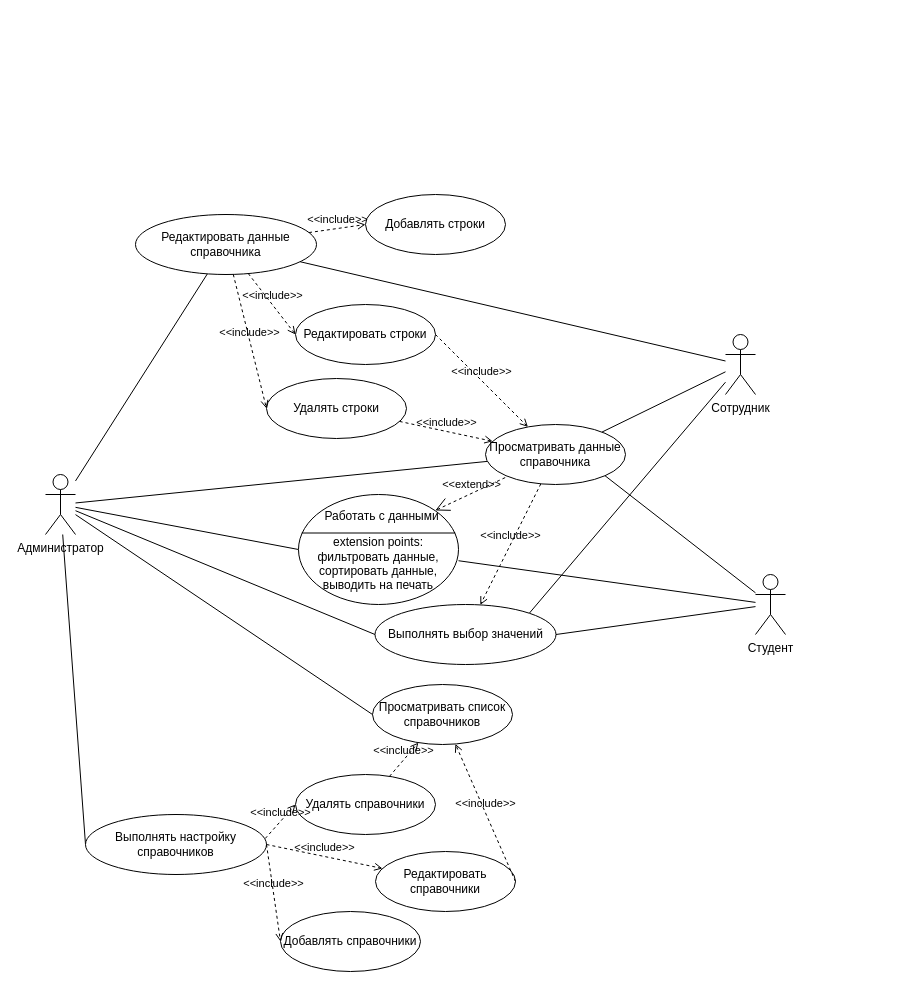
Earlier version of the draw.io diagram module_3/UCD.drawio (SheinEA/gb_architect). Source tidied: cells renumbered, new cells numbered last; positions are measured from the earlier drawing's top-left corner, leaving out a move shared by most shapes. Both pictures are drawn from the tidied source at 100%, with x=0, y=0 at pixel (45, 194).
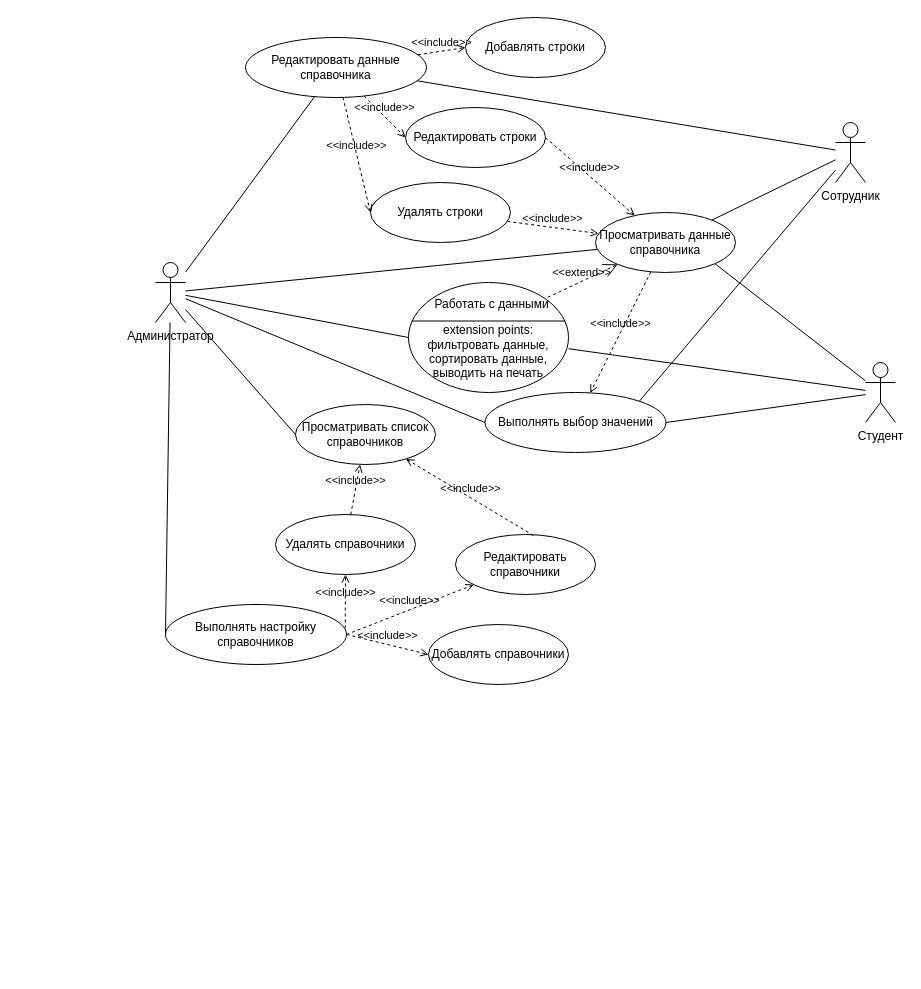
After the change.

What changed in the source:
```diff
@@
     <mxCell id="7" value="Администратор" style="shape=umlActor;verticalLabelPosition=bottom;verticalAlign=top;html=1;" parent="1" vertex="1">
-      <mxGeometry y="280" width="30" height="60" as="geometry" />
+      <mxGeometry x="110" y="68" width="30" height="60" as="geometry" />
     </mxCell>
@@
     <mxCell id="9" value="Просматривать данные справочника" style="ellipse;whiteSpace=wrap;html=1;" parent="1" vertex="1">
-      <mxGeometry x="440" y="230" width="140" height="60" as="geometry" />
+      <mxGeometry x="550" y="18" width="140" height="60" as="geometry" />
     </mxCell>
@@
     <mxCell id="11" value="Редактировать данные справочника" style="ellipse;whiteSpace=wrap;html=1;" parent="1" vertex="1">
-      <mxGeometry x="90" y="20" width="181" height="60" as="geometry" />
+      <mxGeometry x="200" y="-157" width="181" height="60" as="geometry" />
     </mxCell>
@@
     <mxCell id="13" value="Выполнять выбор значений" style="ellipse;whiteSpace=wrap;html=1;" parent="1" vertex="1">
-      <mxGeometry x="329.5" y="410" width="181" height="60" as="geometry" />
+      <mxGeometry x="439.5" y="198" width="181" height="60" as="geometry" />
     </mxCell>
     <mxCell id="14" value="Выполнять настройку справочников" style="ellipse;whiteSpace=wrap;html=1;" parent="1" vertex="1">
-      <mxGeometry x="40" y="620" width="181" height="60" as="geometry" />
+      <mxGeometry x="120" y="410" width="181" height="60" as="geometry" />
     </mxCell>
     <mxCell id="15" value="Удалять справочники" style="ellipse;whiteSpace=wrap;html=1;" parent="1" vertex="1">
-      <mxGeometry x="250" y="580" width="140" height="60" as="geometry" />
+      <mxGeometry x="230" y="320" width="140" height="60" as="geometry" />
     </mxCell>
     <mxCell id="16" value="Редактировать справочники" style="ellipse;whiteSpace=wrap;html=1;" parent="1" vertex="1">
-      <mxGeometry x="330" y="657" width="140" height="60" as="geometry" />
+      <mxGeometry x="410" y="340" width="140" height="60" as="geometry" />
     </mxCell>
     <mxCell id="17" value="Добавлять справочники" style="ellipse;whiteSpace=wrap;html=1;" parent="1" vertex="1">
-      <mxGeometry x="235" y="717" width="140" height="60" as="geometry" />
+      <mxGeometry x="383" y="430" width="140" height="60" as="geometry" />
     </mxCell>
-    <mxCell id="18" value="&amp;lt;&amp;lt;include&amp;gt;&amp;gt;" style="edgeStyle=none;html=1;endArrow=open;verticalAlign=bottom;dashed=1;labelBackgroundColor=none;exitX=0.993;exitY=0.4;exitDx=0;exitDy=0;exitPerimeter=0;entryX=0;entryY=0.5;entryDx=0;entryDy=0;" parent="1" edge="1" source="14" target="15">
+    <mxCell id="18" value="&amp;lt;&amp;lt;include&amp;gt;&amp;gt;" style="edgeStyle=none;html=1;endArrow=open;verticalAlign=bottom;dashed=1;labelBackgroundColor=none;exitX=0.993;exitY=0.4;exitDx=0;exitDy=0;exitPerimeter=0;" parent="1" edge="1" source="14" target="15">
       <mxGeometry relative="1" as="geometry" />
     </mxCell>
@@
     <mxCell id="21" value="Добавлять строки" style="ellipse;whiteSpace=wrap;html=1;" parent="1" vertex="1">
-      <mxGeometry x="320" width="140" height="60" as="geometry" />
+      <mxGeometry x="420" y="-177" width="140" height="60" as="geometry" />
     </mxCell>
     <mxCell id="22" value="Редактировать строки" style="ellipse;whiteSpace=wrap;html=1;" parent="1" vertex="1">
-      <mxGeometry x="250" y="110" width="140" height="60" as="geometry" />
+      <mxGeometry x="360" y="-87" width="140" height="60" as="geometry" />
     </mxCell>
     <mxCell id="23" value="Удалять строки" style="ellipse;whiteSpace=wrap;html=1;" parent="1" vertex="1">
-      <mxGeometry x="221" y="184" width="140" height="60" as="geometry" />
+      <mxGeometry x="325" y="-12" width="140" height="60" as="geometry" />
     </mxCell>
@@
     <mxCell id="30" value="&lt;br&gt;&lt;br&gt;extension points:&lt;br&gt;фильтровать данные, сортировать данные,&lt;br&gt;выводить на печать" style="html=1;shape=mxgraph.sysml.useCaseExtPt;whiteSpace=wrap;align=center;" parent="1" vertex="1">
-      <mxGeometry x="253" y="300" width="160" height="110" as="geometry" />
+      <mxGeometry x="363" y="88" width="160" height="110" as="geometry" />
     </mxCell>
@@
-    <mxCell id="32" value="&amp;lt;&amp;lt;extend&amp;gt;&amp;gt;" style="edgeStyle=none;html=1;startArrow=open;endArrow=none;startSize=12;verticalAlign=bottom;dashed=1;labelBackgroundColor=none;exitX=0.855;exitY=0.145;exitDx=0;exitDy=0;exitPerimeter=0;" parent="1" edge="1" source="30" target="9">
+    <mxCell id="32" value="&amp;lt;&amp;lt;extend&amp;gt;&amp;gt;" style="edgeStyle=none;html=1;startArrow=open;endArrow=none;startSize=12;verticalAlign=bottom;dashed=1;labelBackgroundColor=none;entryX=0.855;entryY=0.145;entryDx=0;entryDy=0;entryPerimeter=0;" parent="1" edge="1" source="9" target="30">
       <mxGeometry relative="1" as="geometry" />
     </mxCell>
@@
     <mxCell id="34" value="Просматривать список справочников" style="ellipse;whiteSpace=wrap;html=1;" parent="1" vertex="1">
-      <mxGeometry x="327" y="490" width="140" height="60" as="geometry" />
+      <mxGeometry x="250" y="210" width="140" height="60" as="geometry" />
     </mxCell>
@@
-    <mxCell id="37" value="&amp;lt;&amp;lt;include&amp;gt;&amp;gt;" style="edgeStyle=none;html=1;endArrow=open;verticalAlign=bottom;dashed=1;labelBackgroundColor=none;exitX=1;exitY=0.5;exitDx=0;exitDy=0;" parent="1" edge="1" source="16" target="34">
+    <mxCell id="37" value="&amp;lt;&amp;lt;include&amp;gt;&amp;gt;" style="edgeStyle=none;html=1;endArrow=open;verticalAlign=bottom;dashed=1;labelBackgroundColor=none;exitX=0.557;exitY=0.017;exitDx=0;exitDy=0;exitPerimeter=0;" parent="1" edge="1" source="16" target="34">
       <mxGeometry relative="1" as="geometry" />
     </mxCell>
     <mxCell id="38" value="Сотрудник" style="shape=umlActor;verticalLabelPosition=bottom;verticalAlign=top;html=1;" parent="1" vertex="1">
-      <mxGeometry x="680" y="140" width="30" height="60" as="geometry" />
+      <mxGeometry x="790" y="-72" width="30" height="60" as="geometry" />
     </mxCell>
@@
     <mxCell id="41" value="Студент" style="shape=umlActor;verticalLabelPosition=bottom;verticalAlign=top;html=1;" parent="1" vertex="1">
-      <mxGeometry x="710" y="380" width="30" height="60" as="geometry" />
+      <mxGeometry x="820" y="168" width="30" height="60" as="geometry" />
     </mxCell>
```
